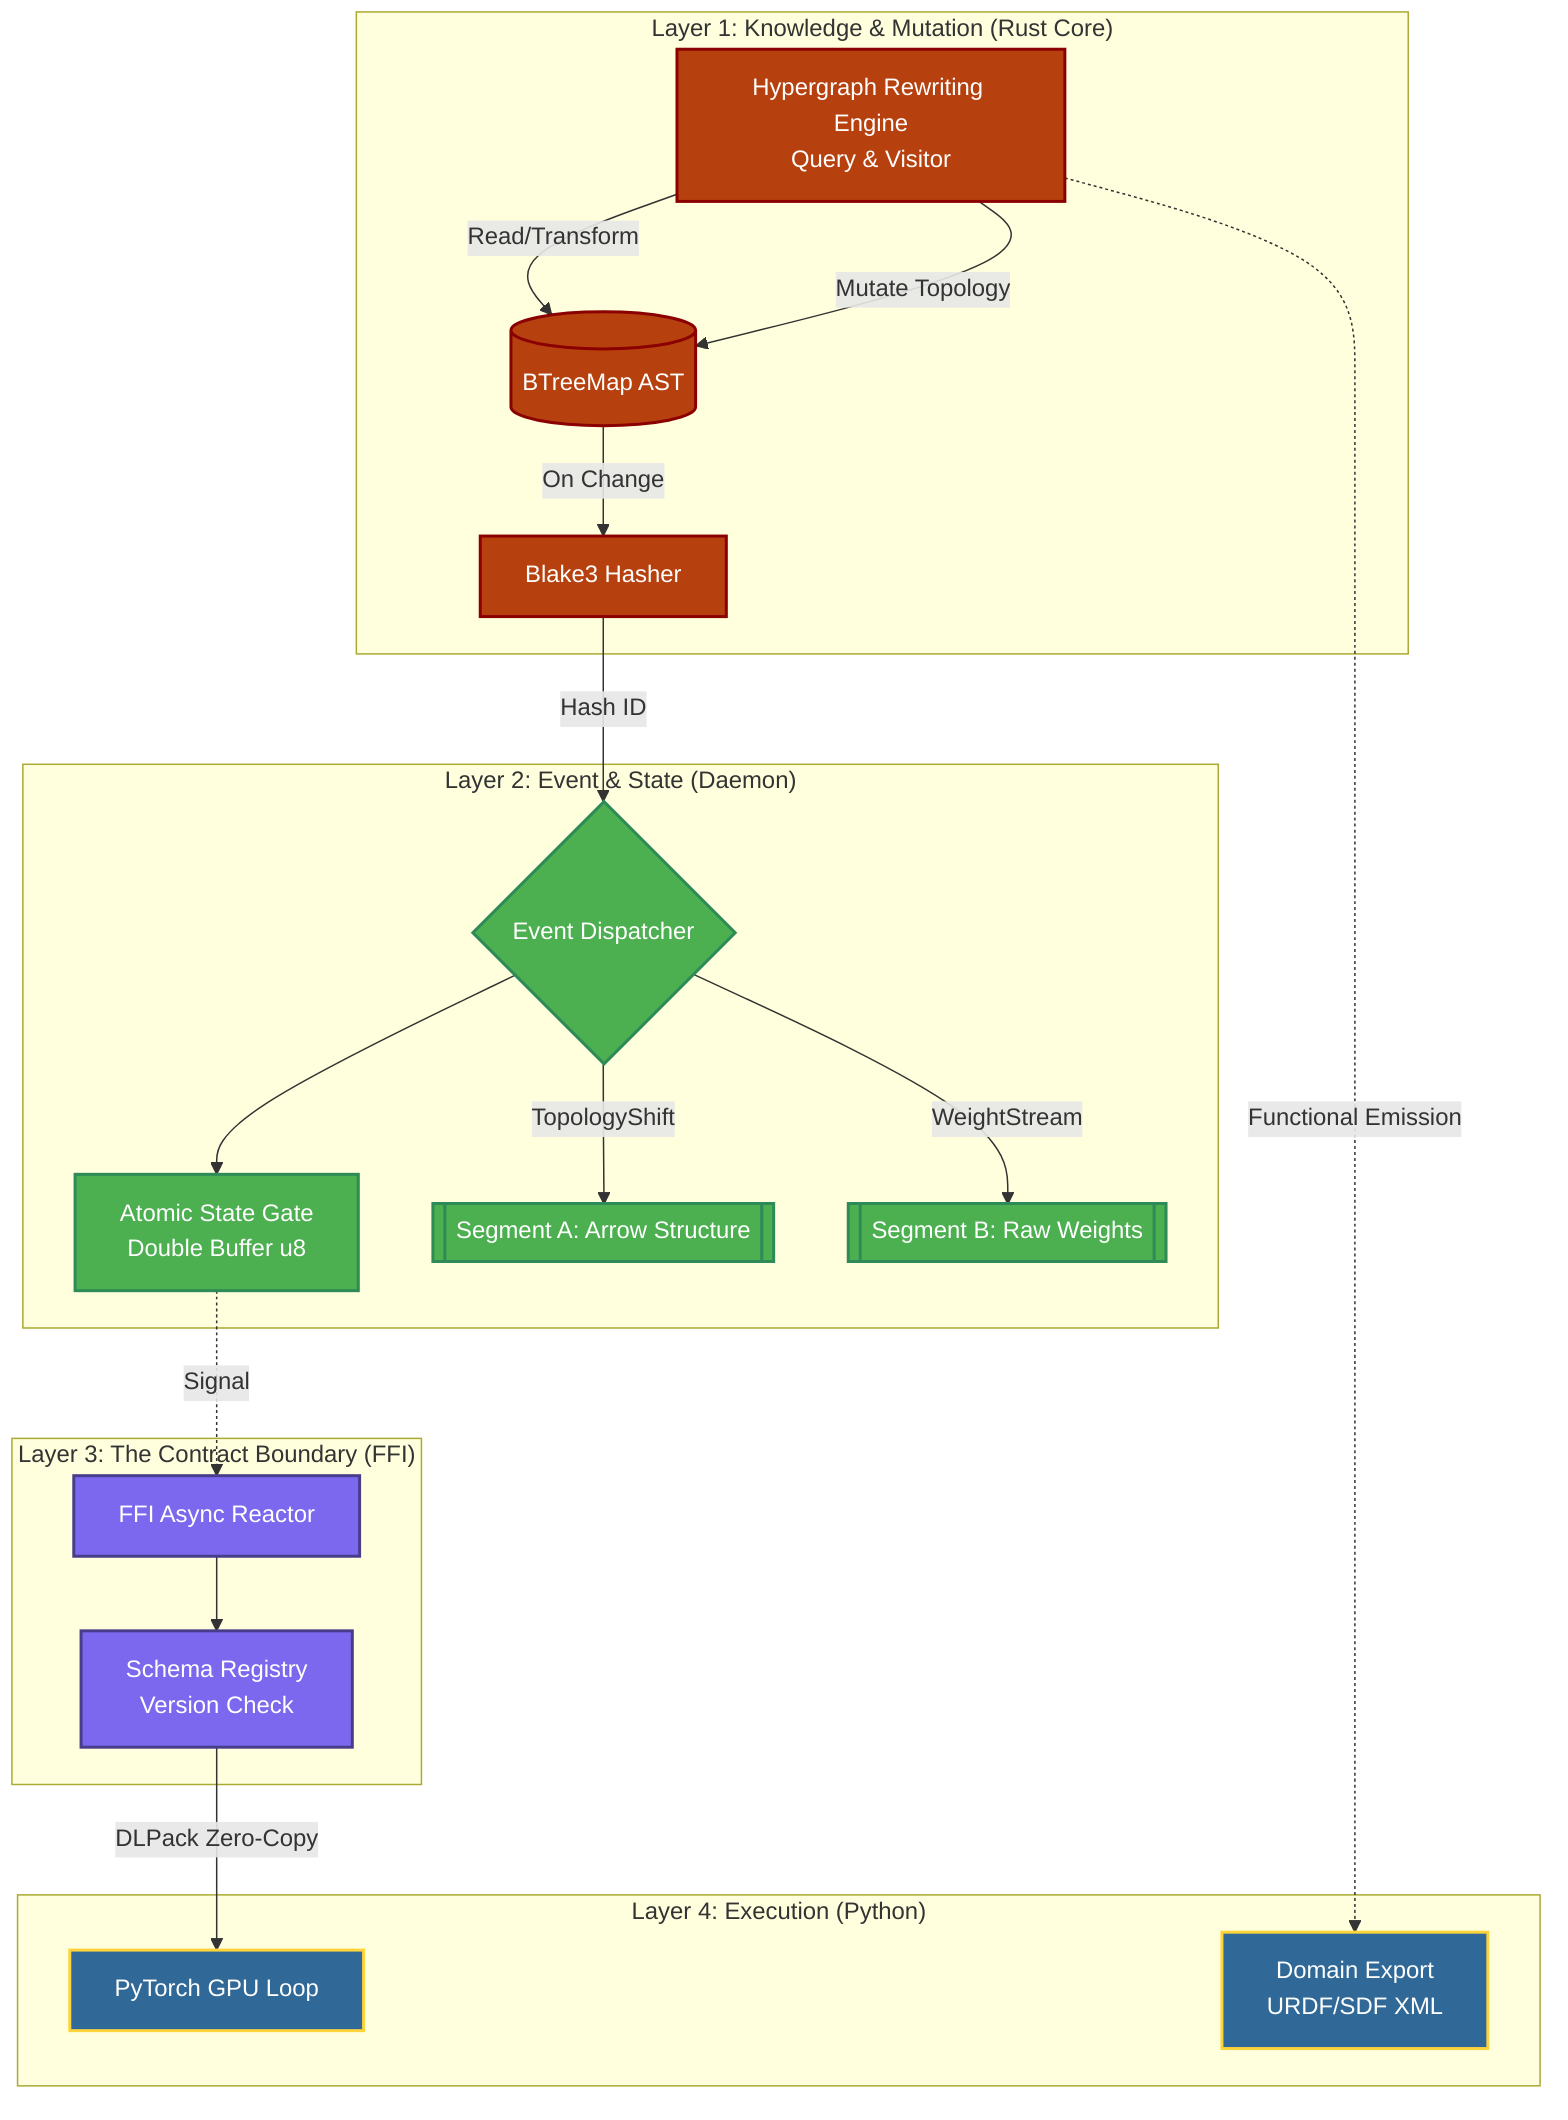
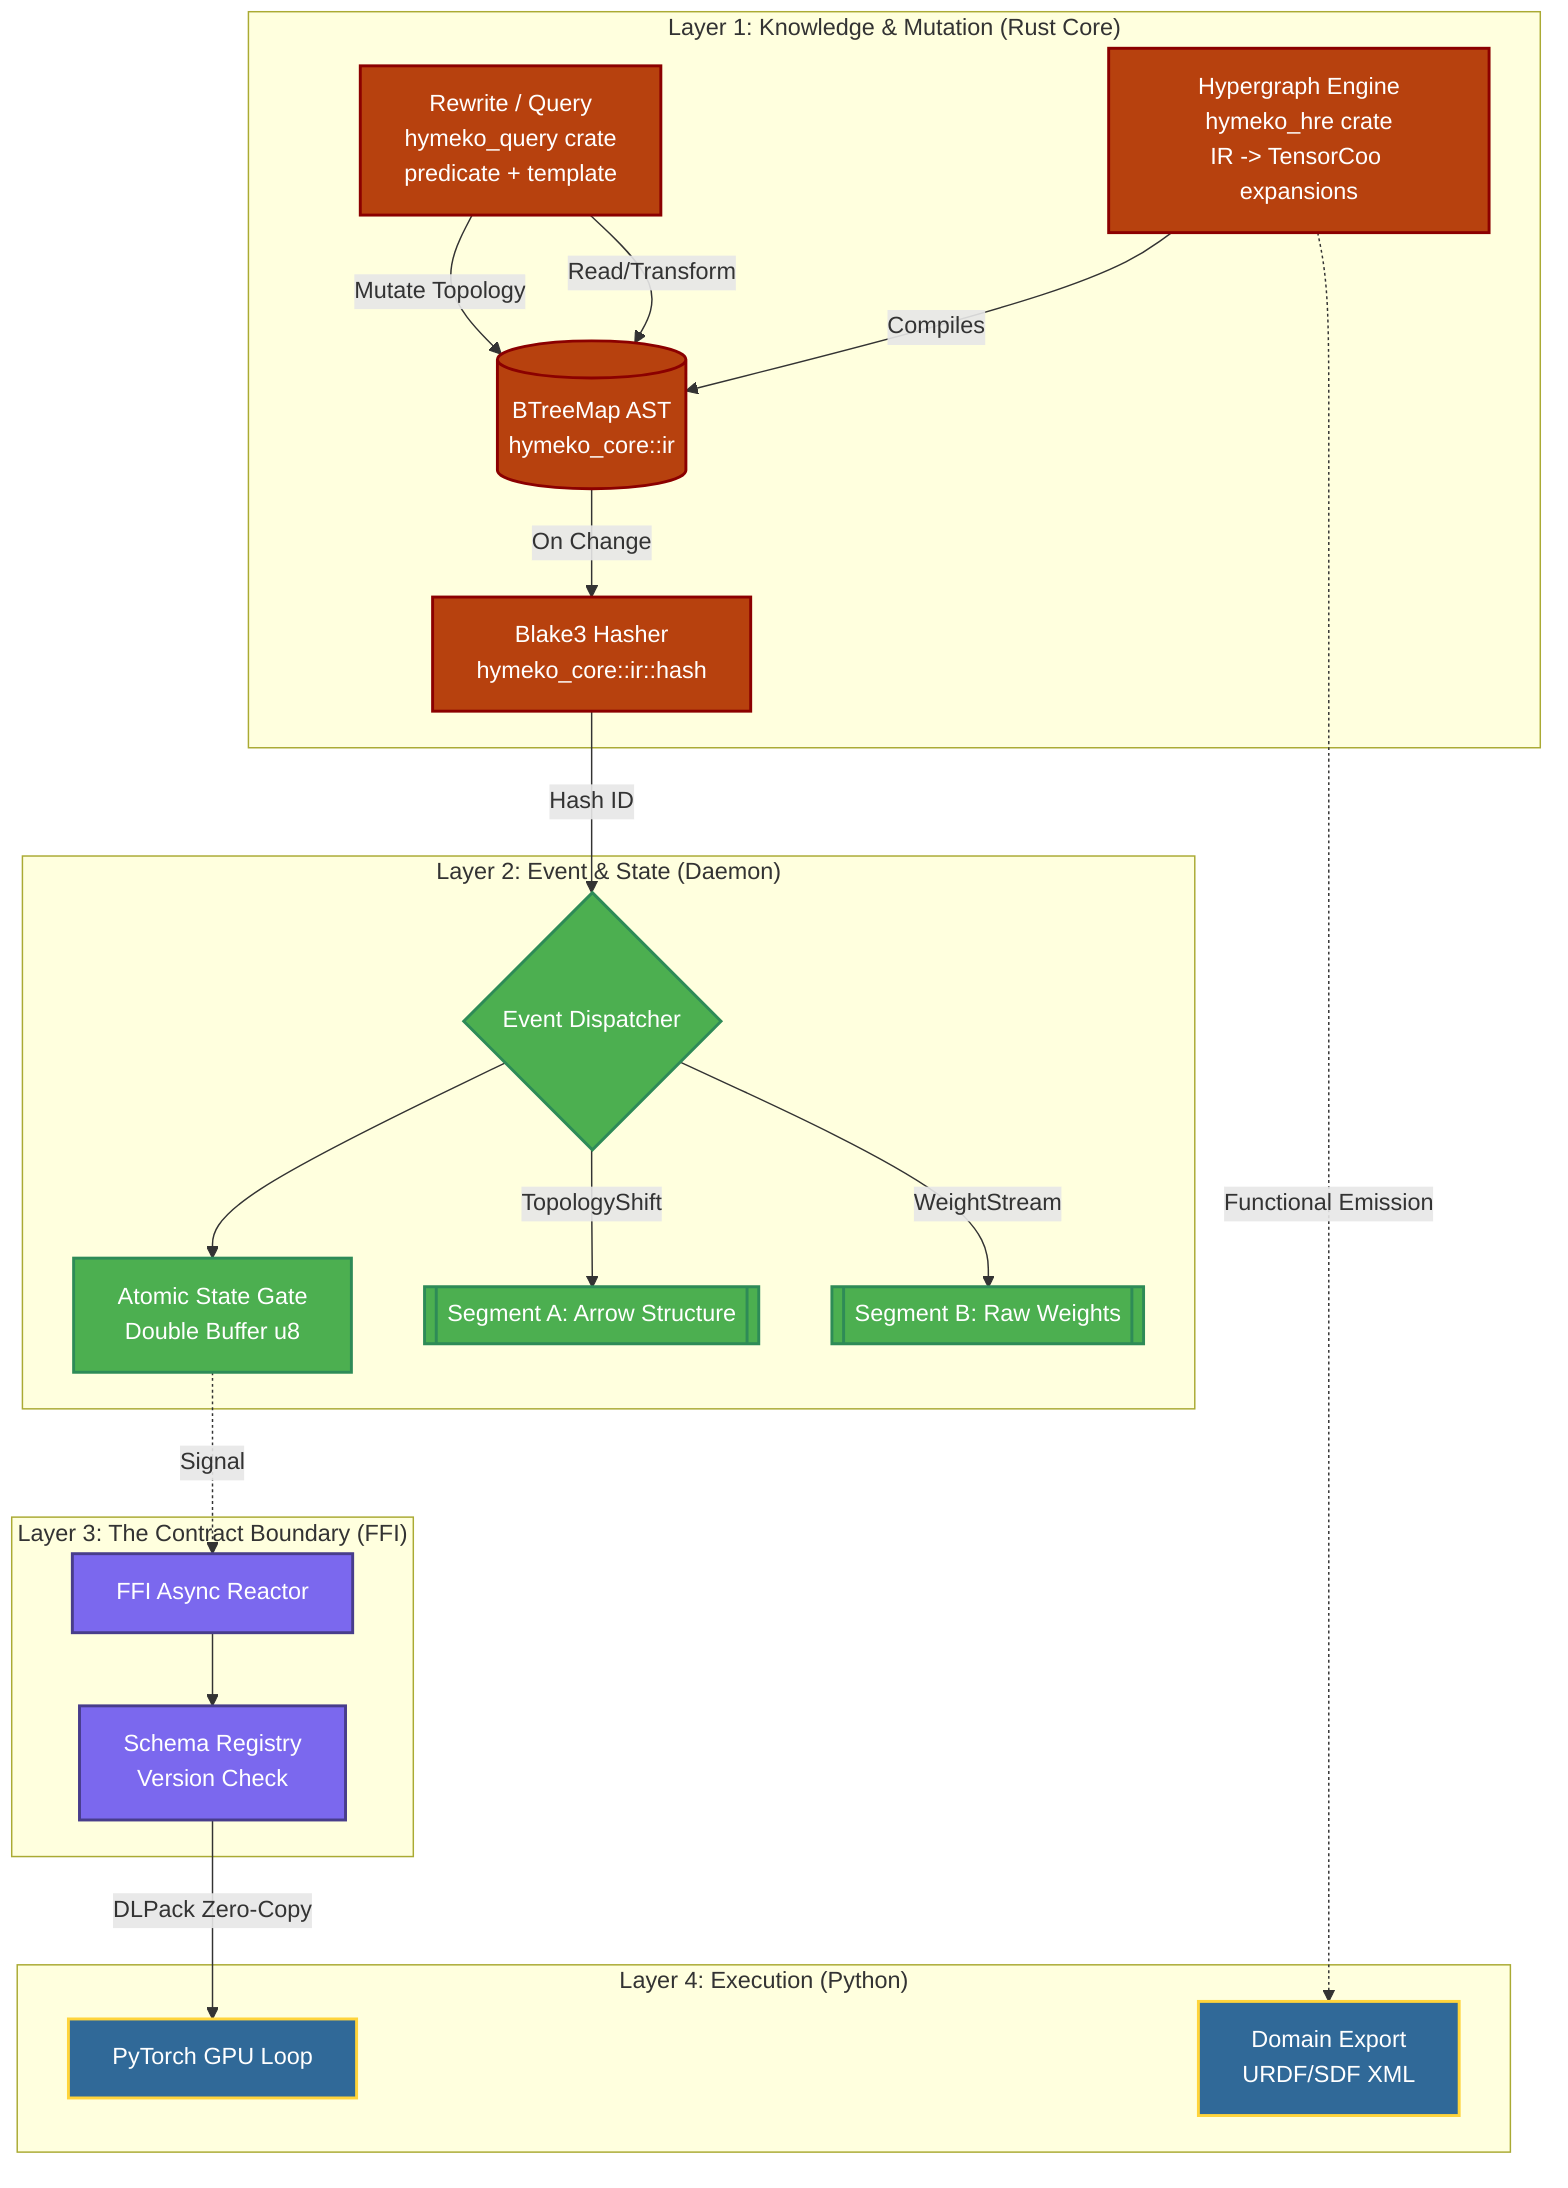
graph TD
    classDef rust fill:#B7410E,stroke:#8B0000,stroke-width:2px,color:#fff;
    classDef daemon fill:#4CAF50,stroke:#2E8B57,stroke-width:2px,color:#fff;
    classDef ffi fill:#7B68EE,stroke:#483D8B,stroke-width:2px,color:#fff;
    classDef python fill:#306998,stroke:#FFD43B,stroke-width:2px,color:#fff;

    subgraph "Layer 1: Knowledge & Mutation (Rust Core)"
-         AST[(BTreeMap AST)]:::rust
-         HRE[Hypergraph Rewriting Engine<br/>Query & Visitor]:::rust
-         Hash[Blake3 Hasher]:::rust
+         AST[(BTreeMap AST<br/>hymeko_core::ir)]:::rust
+         HRE[Hypergraph Engine<br/>hymeko_hre crate<br/>IR -> TensorCoo expansions]:::rust
+         Rewrite[Rewrite / Query<br/>hymeko_query crate<br/>predicate + template]:::rust
+         Hash[Blake3 Hasher<br/>hymeko_core::ir::hash]:::rust

-         HRE -->|Read/Transform| AST
-         HRE -->|Mutate Topology| AST
+         HRE -->|Compiles| AST
+         Rewrite -->|Read/Transform| AST
+         Rewrite -->|Mutate Topology| AST
        AST -->|On Change| Hash
    end

    subgraph "Layer 2: Event & State (Daemon)"
        Dispatch{Event Dispatcher}:::daemon
        StateGate[Atomic State Gate<br/>Double Buffer u8]:::daemon
        MemMap[[Segment A: Arrow Structure]]:::daemon
        MemWeight[[Segment B: Raw Weights]]:::daemon

        Hash -->|Hash ID| Dispatch
        Dispatch -- TopologyShift --> MemMap
        Dispatch -- WeightStream --> MemWeight
        Dispatch --> StateGate
    end

    subgraph "Layer 3: The Contract Boundary (FFI)"
        Registry[Schema Registry<br/>Version Check]:::ffi
        Reactor[FFI Async Reactor]:::ffi

        StateGate -. Signal .-> Reactor
        Reactor --> Registry
    end

    subgraph "Layer 4: Execution (Python)"
        PyTorch[PyTorch GPU Loop]:::python
        URDF[Domain Export<br/>URDF/SDF XML]:::python

        Registry -- DLPack Zero-Copy --> PyTorch
        HRE -. Functional Emission .-> URDF
    end